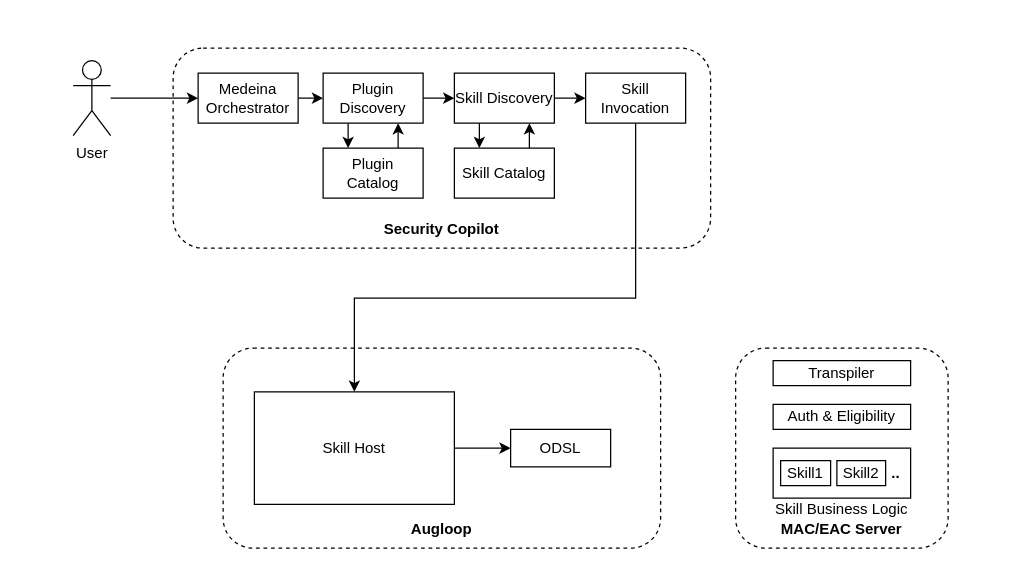
Above: Security Copilot.drawio in prshelke/DrawIO (draw.io), before the change. Source tidied: cells renumbered, new cells numbered last; positions are measured from the earlier drawing's top-left corner, leaving out a move shared by most shapes. Both pictures are drawn from the tidied source at 125%, with x=0, y=0 at pixel (72, 48).
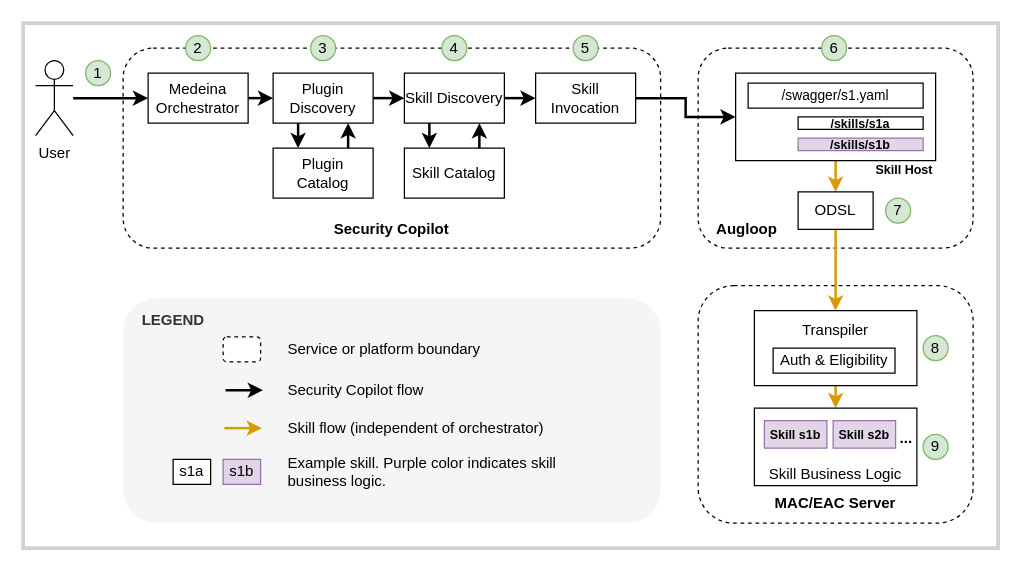
The same page after the edit.

The edit, as a diff of the source:
```diff
@@
+    <mxCell id="30" style="rounded=0;whiteSpace=wrap;html=1;fillColor=none;strokeWidth=3;strokeColor=#D1D1D1;" parent="1" vertex="1">
+      <mxGeometry x="-40" y="-20" width="780" height="420" as="geometry" />
+    </mxCell>
-    <mxCell id="2" value="&lt;br&gt;&lt;br&gt;&lt;br&gt;&lt;br&gt;&lt;br&gt;&lt;br&gt;&lt;br&gt;&lt;br&gt;&lt;br&gt;Augloop" style="rounded=1;whiteSpace=wrap;html=1;gradientColor=none;dashed=1;align=center;horizontal=1;fontStyle=1;" parent="1" vertex="1">
-      <mxGeometry x="120" y="240" width="350" height="160" as="geometry" />
+    <mxCell id="2" value="&lt;br&gt;&lt;br&gt;&lt;br&gt;&lt;br&gt;&lt;br&gt;&lt;br&gt;&lt;br&gt;&lt;br&gt;&lt;br&gt;&lt;div style=&quot;&quot;&gt;&lt;span style=&quot;background-color: initial;&quot;&gt;&amp;nbsp; &amp;nbsp; Augloop&lt;/span&gt;&lt;/div&gt;" style="rounded=1;whiteSpace=wrap;html=1;gradientColor=none;dashed=1;align=left;horizontal=1;fontStyle=1;" parent="1" vertex="1">
+      <mxGeometry x="500" width="220" height="160" as="geometry" />
     </mxCell>
     <mxCell id="3" value="&lt;br&gt;&lt;br&gt;&lt;br&gt;&lt;br&gt;&lt;br&gt;&lt;br&gt;&lt;br&gt;&lt;br&gt;&lt;br&gt;Security Copilot" style="rounded=1;whiteSpace=wrap;html=1;gradientColor=none;dashed=1;align=center;horizontal=1;fontStyle=1;" parent="1" vertex="1">
-      <mxGeometry x="80" width="430" height="160" as="geometry" />
+      <mxGeometry x="40" width="430" height="160" as="geometry" />
     </mxCell>
-    <mxCell id="4" style="edgeStyle=orthogonalEdgeStyle;rounded=0;jettySize=auto;html=1;exitX=0.5;exitY=1;exitDx=0;exitDy=0;entryX=0.5;entryY=0;entryDx=0;entryDy=0;" parent="1" edge="1" source="5" target="10">
-      <mxGeometry relative="1" as="geometry">
-        <Array as="points">
-          <mxPoint x="450" y="200" />
-          <mxPoint x="225" y="200" />
-        </Array>
-      </mxGeometry>
+    <mxCell id="4" style="edgeStyle=orthogonalEdgeStyle;rounded=0;jettySize=auto;html=1;exitX=1;exitY=0.5;exitDx=0;exitDy=0;entryX=0;entryY=0.5;entryDx=0;entryDy=0;strokeWidth=2;" parent="1" edge="1" source="5" target="10">
+      <mxGeometry relative="1" as="geometry" />
     </mxCell>
     <mxCell id="5" value="Skill Invocation" style="rounded=0;whiteSpace=wrap;html=1;" parent="1" vertex="1">
-      <mxGeometry x="410" y="20" width="80" height="40" as="geometry" />
+      <mxGeometry x="370" y="20" width="80" height="40" as="geometry" />
     </mxCell>
-    <mxCell id="6" style="edgeStyle=orthogonalEdgeStyle;rounded=0;jettySize=auto;html=1;strokeColor=default;" parent="1" edge="1" source="7" target="14">
+    <mxCell id="6" style="edgeStyle=orthogonalEdgeStyle;rounded=0;jettySize=auto;html=1;strokeColor=default;strokeWidth=2;" parent="1" edge="1" source="7" target="14">
       <mxGeometry relative="1" as="geometry" />
     </mxCell>
     <mxCell id="7" value="User" style="shape=umlActor;verticalLabelPosition=bottom;verticalAlign=top;html=1;outlineConnect=0;" parent="1" vertex="1">
-      <mxGeometry y="10" width="30" height="60" as="geometry" />
+      <mxGeometry x="-30" y="10" width="30" height="60" as="geometry" />
     </mxCell>
-    <mxCell id="8" value="&lt;br&gt;&lt;br&gt;&lt;br&gt;&lt;br&gt;&lt;br&gt;&lt;br&gt;&lt;br&gt;&lt;br&gt;&lt;br&gt;MAC/EAC Server" style="rounded=1;whiteSpace=wrap;html=1;gradientColor=none;dashed=1;align=center;horizontal=1;fontStyle=1;" parent="1" vertex="1">
-      <mxGeometry x="530" y="240" width="170" height="160" as="geometry" />
+    <mxCell id="8" value="&lt;br&gt;&lt;br&gt;&lt;br&gt;&lt;br&gt;&lt;br&gt;&lt;br&gt;&lt;br&gt;&lt;br&gt;&lt;br&gt;&lt;br&gt;&lt;br&gt;MAC/EAC Server" style="rounded=1;whiteSpace=wrap;html=1;gradientColor=none;dashed=1;align=center;horizontal=1;fontStyle=1;" parent="1" vertex="1">
+      <mxGeometry x="500" y="190" width="220" height="190" as="geometry" />
     </mxCell>
-    <mxCell id="9" style="edgeStyle=orthogonalEdgeStyle;rounded=0;jettySize=auto;html=1;exitX=1;exitY=0.5;exitDx=0;exitDy=0;entryX=0;entryY=0.5;entryDx=0;entryDy=0;" parent="1" edge="1" source="10" target="12">
+    <mxCell id="9" style="edgeStyle=orthogonalEdgeStyle;rounded=0;jettySize=auto;html=1;exitX=0.5;exitY=1;exitDx=0;exitDy=0;entryX=0.5;entryY=0;entryDx=0;entryDy=0;strokeWidth=2;fillColor=#ffe6cc;strokeColor=#d79b00;" parent="1" edge="1" source="10" target="12">
       <mxGeometry relative="1" as="geometry" />
     </mxCell>
-    <mxCell id="10" value="Skill Host" style="rounded=0;whiteSpace=wrap;html=1;" parent="1" vertex="1">
-      <mxGeometry x="145" y="275" width="160" height="90" as="geometry" />
+    <mxCell id="10" value="&lt;br style=&quot;font-size: 10px;&quot;&gt;&lt;br style=&quot;font-size: 10px;&quot;&gt;&lt;br style=&quot;font-size: 10px;&quot;&gt;&lt;b style=&quot;font-size: 10px;&quot;&gt;&lt;br style=&quot;font-size: 10px;&quot;&gt;&lt;br style=&quot;font-size: 10px;&quot;&gt;&lt;br style=&quot;font-size: 10px;&quot;&gt;&lt;br style=&quot;font-size: 10px;&quot;&gt;&lt;div style=&quot;font-size: 10px;&quot;&gt;&lt;b style=&quot;background-color: initial; font-size: 10px;&quot;&gt;Skill Host&lt;/b&gt;&lt;/div&gt;&lt;/b&gt;" style="rounded=0;whiteSpace=wrap;html=1;align=right;fontSize=10;" parent="1" vertex="1">
+      <mxGeometry x="530" y="20" width="160" height="70" as="geometry" />
     </mxCell>
-    <mxCell id="11" value="Auth &amp;amp; Eligibility" style="rounded=0;whiteSpace=wrap;html=1;" parent="1" vertex="1">
-      <mxGeometry x="560" y="285" width="110" height="20" as="geometry" />
-    </mxCell>
-    <mxCell id="12" value="ODSL" style="rounded=0;whiteSpace=wrap;html=1;" parent="1" vertex="1">
-      <mxGeometry x="350" y="305" width="80" height="30" as="geometry" />
-    </mxCell>
-    <mxCell id="13" style="edgeStyle=orthogonalEdgeStyle;rounded=0;jettySize=auto;html=1;exitX=1;exitY=0.5;exitDx=0;exitDy=0;entryX=0;entryY=0.5;entryDx=0;entryDy=0;" parent="1" edge="1" source="14" target="17">
+    <mxCell id="13" style="edgeStyle=orthogonalEdgeStyle;rounded=0;jettySize=auto;html=1;exitX=1;exitY=0.5;exitDx=0;exitDy=0;entryX=0;entryY=0.5;entryDx=0;entryDy=0;strokeWidth=2;" parent="1" edge="1" source="14" target="17">
       <mxGeometry relative="1" as="geometry" />
     </mxCell>
     <mxCell id="14" value="Medeina Orchestrator" style="rounded=0;whiteSpace=wrap;html=1;" parent="1" vertex="1">
-      <mxGeometry x="100" y="20" width="80" height="40" as="geometry" />
+      <mxGeometry x="60" y="20" width="80" height="40" as="geometry" />
     </mxCell>
-    <mxCell id="15" style="edgeStyle=orthogonalEdgeStyle;rounded=0;jettySize=auto;html=1;exitX=0.25;exitY=1;exitDx=0;exitDy=0;entryX=0.25;entryY=0;entryDx=0;entryDy=0;" parent="1" edge="1" source="17" target="24">
+    <mxCell id="15" style="edgeStyle=orthogonalEdgeStyle;rounded=0;jettySize=auto;html=1;exitX=0.25;exitY=1;exitDx=0;exitDy=0;entryX=0.25;entryY=0;entryDx=0;entryDy=0;strokeWidth=2;" parent="1" edge="1" source="17" target="24">
       <mxGeometry relative="1" as="geometry" />
     </mxCell>
-    <mxCell id="16" style="edgeStyle=orthogonalEdgeStyle;rounded=0;jettySize=auto;html=1;exitX=1;exitY=0.5;exitDx=0;exitDy=0;entryX=0;entryY=0.5;entryDx=0;entryDy=0;" parent="1" edge="1" source="17" target="22">
+    <mxCell id="16" style="edgeStyle=orthogonalEdgeStyle;rounded=0;jettySize=auto;html=1;exitX=1;exitY=0.5;exitDx=0;exitDy=0;entryX=0;entryY=0.5;entryDx=0;entryDy=0;strokeWidth=2;" parent="1" edge="1" source="17" target="22">
       <mxGeometry relative="1" as="geometry" />
     </mxCell>
     <mxCell id="17" value="Plugin Discovery" style="rounded=0;whiteSpace=wrap;html=1;" parent="1" vertex="1">
-      <mxGeometry x="200" y="20" width="80" height="40" as="geometry" />
+      <mxGeometry x="160" y="20" width="80" height="40" as="geometry" />
     </mxCell>
-    <mxCell id="18" style="edgeStyle=orthogonalEdgeStyle;rounded=0;jettySize=auto;html=1;exitX=0.75;exitY=0;exitDx=0;exitDy=0;entryX=0.75;entryY=1;entryDx=0;entryDy=0;" parent="1" edge="1" source="19" target="22">
+    <mxCell id="18" style="edgeStyle=orthogonalEdgeStyle;rounded=0;jettySize=auto;html=1;exitX=0.75;exitY=0;exitDx=0;exitDy=0;entryX=0.75;entryY=1;entryDx=0;entryDy=0;strokeWidth=2;" parent="1" edge="1" source="19" target="22">
       <mxGeometry relative="1" as="geometry" />
     </mxCell>
     <mxCell id="19" value="Skill Catalog" style="rounded=0;whiteSpace=wrap;html=1;" parent="1" vertex="1">
-      <mxGeometry x="305" y="80" width="80" height="40" as="geometry" />
+      <mxGeometry x="265" y="80" width="80" height="40" as="geometry" />
     </mxCell>
-    <mxCell id="20" style="edgeStyle=orthogonalEdgeStyle;rounded=0;jettySize=auto;html=1;exitX=0.25;exitY=1;exitDx=0;exitDy=0;entryX=0.25;entryY=0;entryDx=0;entryDy=0;" parent="1" edge="1" source="22" target="19">
+    <mxCell id="20" style="edgeStyle=orthogonalEdgeStyle;rounded=0;jettySize=auto;html=1;exitX=0.25;exitY=1;exitDx=0;exitDy=0;entryX=0.25;entryY=0;entryDx=0;entryDy=0;strokeWidth=2;" parent="1" edge="1" source="22" target="19">
       <mxGeometry relative="1" as="geometry" />
     </mxCell>
-    <mxCell id="21" style="edgeStyle=orthogonalEdgeStyle;rounded=0;jettySize=auto;html=1;exitX=1;exitY=0.5;exitDx=0;exitDy=0;entryX=0;entryY=0.5;entryDx=0;entryDy=0;" parent="1" edge="1" source="22" target="5">
+    <mxCell id="21" style="edgeStyle=orthogonalEdgeStyle;rounded=0;jettySize=auto;html=1;exitX=1;exitY=0.5;exitDx=0;exitDy=0;entryX=0;entryY=0.5;entryDx=0;entryDy=0;strokeWidth=2;" parent="1" edge="1" source="22" target="5">
       <mxGeometry relative="1" as="geometry" />
     </mxCell>
     <mxCell id="22" value="Skill Discovery" style="rounded=0;whiteSpace=wrap;html=1;" parent="1" vertex="1">
-      <mxGeometry x="305" y="20" width="80" height="40" as="geometry" />
+      <mxGeometry x="265" y="20" width="80" height="40" as="geometry" />
     </mxCell>
-    <mxCell id="23" style="edgeStyle=orthogonalEdgeStyle;rounded=0;jettySize=auto;html=1;exitX=0.75;exitY=0;exitDx=0;exitDy=0;entryX=0.75;entryY=1;entryDx=0;entryDy=0;" parent="1" edge="1" source="24" target="17">
+    <mxCell id="23" style="edgeStyle=orthogonalEdgeStyle;rounded=0;jettySize=auto;html=1;exitX=0.75;exitY=0;exitDx=0;exitDy=0;entryX=0.75;entryY=1;entryDx=0;entryDy=0;strokeWidth=2;" parent="1" edge="1" source="24" target="17">
       <mxGeometry relative="1" as="geometry" />
     </mxCell>
     <mxCell id="24" value="Plugin Catalog" style="rounded=0;whiteSpace=wrap;html=1;" parent="1" vertex="1">
-      <mxGeometry x="200" y="80" width="80" height="40" as="geometry" />
+      <mxGeometry x="160" y="80" width="80" height="40" as="geometry" />
     </mxCell>
@@
+    <mxCell id="31" style="edgeStyle=orthogonalEdgeStyle;rounded=0;jettySize=auto;html=1;exitX=0.5;exitY=1;exitDx=0;exitDy=0;entryX=0.5;entryY=0;entryDx=0;entryDy=0;strokeWidth=2;fillColor=#ffe6cc;strokeColor=#d79b00;" parent="1" edge="1" source="26" target="27">
+      <mxGeometry relative="1" as="geometry" />
+    </mxCell>
-    <mxCell id="26" value="Transpiler" style="rounded=0;whiteSpace=wrap;html=1;" parent="1" vertex="1">
-      <mxGeometry x="560" y="250" width="110" height="20" as="geometry" />
+    <mxCell id="26" value="Transpiler&lt;br&gt;&lt;br&gt;&lt;br&gt;" style="rounded=0;whiteSpace=wrap;html=1;" parent="1" vertex="1">
+      <mxGeometry x="545" y="210" width="130" height="60" as="geometry" />
     </mxCell>
+    <mxCell id="32" style="edgeStyle=orthogonalEdgeStyle;rounded=0;jettySize=auto;html=1;exitX=0.5;exitY=1;exitDx=0;exitDy=0;entryX=0.5;entryY=0;entryDx=0;entryDy=0;strokeWidth=2;fillColor=#ffe6cc;strokeColor=#d79b00;" parent="1" edge="1" source="12" target="26">
+      <mxGeometry relative="1" as="geometry" />
+    </mxCell>
+    <mxCell id="12" value="ODSL" style="rounded=0;whiteSpace=wrap;html=1;" parent="1" vertex="1">
+      <mxGeometry x="580" y="115" width="60" height="30" as="geometry" />
+    </mxCell>
-    <mxCell id="27" value="&lt;br&gt;&lt;br&gt;&amp;nbsp; &amp;nbsp; &amp;nbsp; &amp;nbsp; &amp;nbsp; &amp;nbsp; &amp;nbsp; &amp;nbsp; &amp;nbsp; &amp;nbsp; &amp;nbsp; &amp;nbsp; &amp;nbsp; &lt;b&gt;..&lt;/b&gt;&lt;br&gt;&amp;nbsp; &amp;nbsp; &amp;nbsp; &amp;nbsp; &amp;nbsp; &amp;nbsp; &amp;nbsp; &amp;nbsp; &amp;nbsp; &amp;nbsp;&amp;nbsp;&lt;br&gt;Skill Business Logic" style="rounded=0;whiteSpace=wrap;html=1;" parent="1" vertex="1">
-      <mxGeometry x="560" y="320" width="110" height="40" as="geometry" />
+    <mxCell id="27" value="&lt;br&gt;&amp;nbsp; &amp;nbsp; &amp;nbsp; &amp;nbsp; &amp;nbsp; &amp;nbsp; &amp;nbsp; &amp;nbsp; &amp;nbsp; &amp;nbsp; &amp;nbsp; &amp;nbsp; &amp;nbsp; &amp;nbsp; &amp;nbsp; &amp;nbsp; &amp;nbsp;&amp;nbsp;&lt;b&gt;...&lt;/b&gt;&lt;br&gt;&lt;br&gt;Skill Business Logic" style="rounded=0;whiteSpace=wrap;html=1;" parent="1" vertex="1">
+      <mxGeometry x="545" y="288" width="130" height="62" as="geometry" />
     </mxCell>
-    <mxCell id="28" value="Skill1" style="rounded=0;whiteSpace=wrap;html=1;" parent="1" vertex="1">
-      <mxGeometry x="566" y="330" width="40" height="20" as="geometry" />
+    <mxCell id="28" value="Skill s1b" style="rounded=0;whiteSpace=wrap;html=1;fontSize=10;fontStyle=1;fillColor=#e1d5e7;strokeColor=#9673a6;" parent="1" vertex="1">
+      <mxGeometry x="553" y="298" width="50" height="22" as="geometry" />
     </mxCell>
-    <mxCell id="29" value="Skill2" style="rounded=0;whiteSpace=wrap;html=1;" parent="1" vertex="1">
-      <mxGeometry x="611" y="330" width="39" height="20" as="geometry" />
+    <mxCell id="29" value="Skill s2b" style="rounded=0;whiteSpace=wrap;html=1;fillColor=#e1d5e7;strokeColor=#9673a6;fontSize=10;fontStyle=1;" parent="1" vertex="1">
+      <mxGeometry x="608" y="298" width="50" height="22" as="geometry" />
     </mxCell>
+    <mxCell id="11" value="Auth &amp;amp; Eligibility" style="rounded=0;whiteSpace=wrap;html=1;" parent="1" vertex="1">
+      <mxGeometry x="560" y="240" width="97.5" height="20" as="geometry" />
+    </mxCell>
+    <mxCell id="33" value="&lt;b&gt;&amp;nbsp; &amp;nbsp; LEGEND&lt;br&gt;&lt;br&gt;&lt;br&gt;&lt;br&gt;&lt;br&gt;&lt;br&gt;&lt;br&gt;&lt;br&gt;&lt;br&gt;&lt;br&gt;&lt;br&gt;&lt;/b&gt;" style="rounded=1;whiteSpace=wrap;html=1;align=left;fillColor=#f5f5f5;fontColor=#333333;strokeColor=none;" parent="1" vertex="1">
+      <mxGeometry x="40" y="200" width="430" height="180" as="geometry" />
+    </mxCell>
+    <mxCell id="34" style="rounded=1;whiteSpace=wrap;html=1;dashed=1;" parent="1" vertex="1">
+      <mxGeometry x="120" y="231" width="30" height="20" as="geometry" />
+    </mxCell>
+    <mxCell id="35" value="Security Copilot flow" style="text;html=1;strokeColor=none;fillColor=none;align=left;verticalAlign=middle;whiteSpace=wrap;rounded=0;" parent="1" vertex="1">
+      <mxGeometry x="170" y="259" width="180" height="30" as="geometry" />
+    </mxCell>
+    <mxCell id="36" value="1" style="ellipse;whiteSpace=wrap;html=1;fillColor=#d5e8d4;strokeColor=#82b366;" parent="1" vertex="1">
+      <mxGeometry x="10" y="10" width="20" height="20" as="geometry" />
+    </mxCell>
+    <mxCell id="37" value="2" style="ellipse;whiteSpace=wrap;html=1;fillColor=#d5e8d4;strokeColor=#82b366;" parent="1" vertex="1">
+      <mxGeometry x="90" y="-10" width="20" height="20" as="geometry" />
+    </mxCell>
+    <mxCell id="38" value="5" style="ellipse;whiteSpace=wrap;html=1;fillColor=#d5e8d4;strokeColor=#82b366;" parent="1" vertex="1">
+      <mxGeometry x="400" y="-10" width="20" height="20" as="geometry" />
+    </mxCell>
+    <mxCell id="39" value="8" style="ellipse;whiteSpace=wrap;html=1;fillColor=#d5e8d4;strokeColor=#82b366;" parent="1" vertex="1">
+      <mxGeometry x="680" y="230" width="20" height="20" as="geometry" />
+    </mxCell>
+    <mxCell id="40" value="6" style="ellipse;whiteSpace=wrap;html=1;fillColor=#d5e8d4;strokeColor=#82b366;" parent="1" vertex="1">
+      <mxGeometry x="598.8" y="-10" width="20" height="20" as="geometry" />
+    </mxCell>
+    <mxCell id="41" value="4" style="ellipse;whiteSpace=wrap;html=1;fillColor=#d5e8d4;strokeColor=#82b366;" parent="1" vertex="1">
+      <mxGeometry x="295" y="-10" width="20" height="20" as="geometry" />
+    </mxCell>
+    <mxCell id="42" value="3" style="ellipse;whiteSpace=wrap;html=1;fillColor=#d5e8d4;strokeColor=#82b366;" parent="1" vertex="1">
+      <mxGeometry x="190" y="-10" width="20" height="20" as="geometry" />
+    </mxCell>
+    <mxCell id="43" value="7" style="ellipse;whiteSpace=wrap;html=1;fillColor=#d5e8d4;strokeColor=#82b366;" parent="1" vertex="1">
+      <mxGeometry x="650" y="120" width="20" height="20" as="geometry" />
+    </mxCell>
+    <mxCell id="44" value="9" style="ellipse;whiteSpace=wrap;html=1;fillColor=#d5e8d4;strokeColor=#82b366;" parent="1" vertex="1">
+      <mxGeometry x="680" y="309" width="20" height="20" as="geometry" />
+    </mxCell>
+    <mxCell id="45" style="endArrow=classic;html=1;rounded=0;entryX=0.744;entryY=0.444;entryDx=0;entryDy=0;entryPerimeter=0;strokeWidth=2;" parent="1" edge="1">
+      <mxGeometry relative="1" as="geometry">
+        <mxPoint x="122" y="273.7" as="sourcePoint" />
+        <mxPoint x="151.9" y="273.6" as="targetPoint" />
+      </mxGeometry>
+    </mxCell>
+    <mxCell id="46" style="endArrow=classic;html=1;rounded=0;strokeWidth=2;fillColor=#ffe6cc;strokeColor=#d79b00;" parent="1" edge="1">
+      <mxGeometry relative="1" as="geometry">
+        <mxPoint x="121" y="304" as="sourcePoint" />
+        <mxPoint x="151" y="304" as="targetPoint" />
+      </mxGeometry>
+    </mxCell>
+    <mxCell id="47" value="Service or platform boundary" style="text;html=1;strokeColor=none;fillColor=none;align=left;verticalAlign=middle;whiteSpace=wrap;rounded=0;" parent="1" vertex="1">
+      <mxGeometry x="170" y="226" width="180" height="30" as="geometry" />
+    </mxCell>
+    <mxCell id="48" value="Example skill. Purple color indicates skill business logic." style="text;html=1;strokeColor=none;fillColor=none;align=left;verticalAlign=middle;whiteSpace=wrap;rounded=0;" parent="1" vertex="1">
+      <mxGeometry x="170" y="324" width="230" height="30" as="geometry" />
+    </mxCell>
+    <mxCell id="49" value="/swagger/s1.yaml" style="rounded=0;whiteSpace=wrap;html=1;fontSize=11;" parent="1" vertex="1">
+      <mxGeometry x="540" y="28" width="140" height="20" as="geometry" />
+    </mxCell>
+    <mxCell id="50" value="/skills/s1a" style="rounded=0;whiteSpace=wrap;html=1;fontSize=10;fontStyle=1;" parent="1" vertex="1">
+      <mxGeometry x="580" y="55" width="100" height="10" as="geometry" />
+    </mxCell>
+    <mxCell id="51" value="/skills/s1b" style="rounded=0;whiteSpace=wrap;html=1;fillColor=#e1d5e7;strokeColor=#9673a6;fontSize=10;fontStyle=1;" parent="1" vertex="1">
+      <mxGeometry x="580" y="72" width="100" height="10" as="geometry" />
+    </mxCell>
+    <mxCell id="52" value="s1a" style="rounded=0;whiteSpace=wrap;html=1;" parent="1" vertex="1">
+      <mxGeometry x="80" y="329" width="30" height="20" as="geometry" />
+    </mxCell>
+    <mxCell id="53" value="s1b" style="rounded=0;whiteSpace=wrap;html=1;fillColor=#e1d5e7;strokeColor=#9673a6;" parent="1" vertex="1">
+      <mxGeometry x="120" y="329" width="30" height="20" as="geometry" />
+    </mxCell>
+    <mxCell id="54" value="Skill flow (independent of orchestrator)" style="text;html=1;strokeColor=none;fillColor=none;align=left;verticalAlign=middle;whiteSpace=wrap;rounded=0;" parent="1" vertex="1">
+      <mxGeometry x="170" y="289" width="230" height="30" as="geometry" />
+    </mxCell>
```
